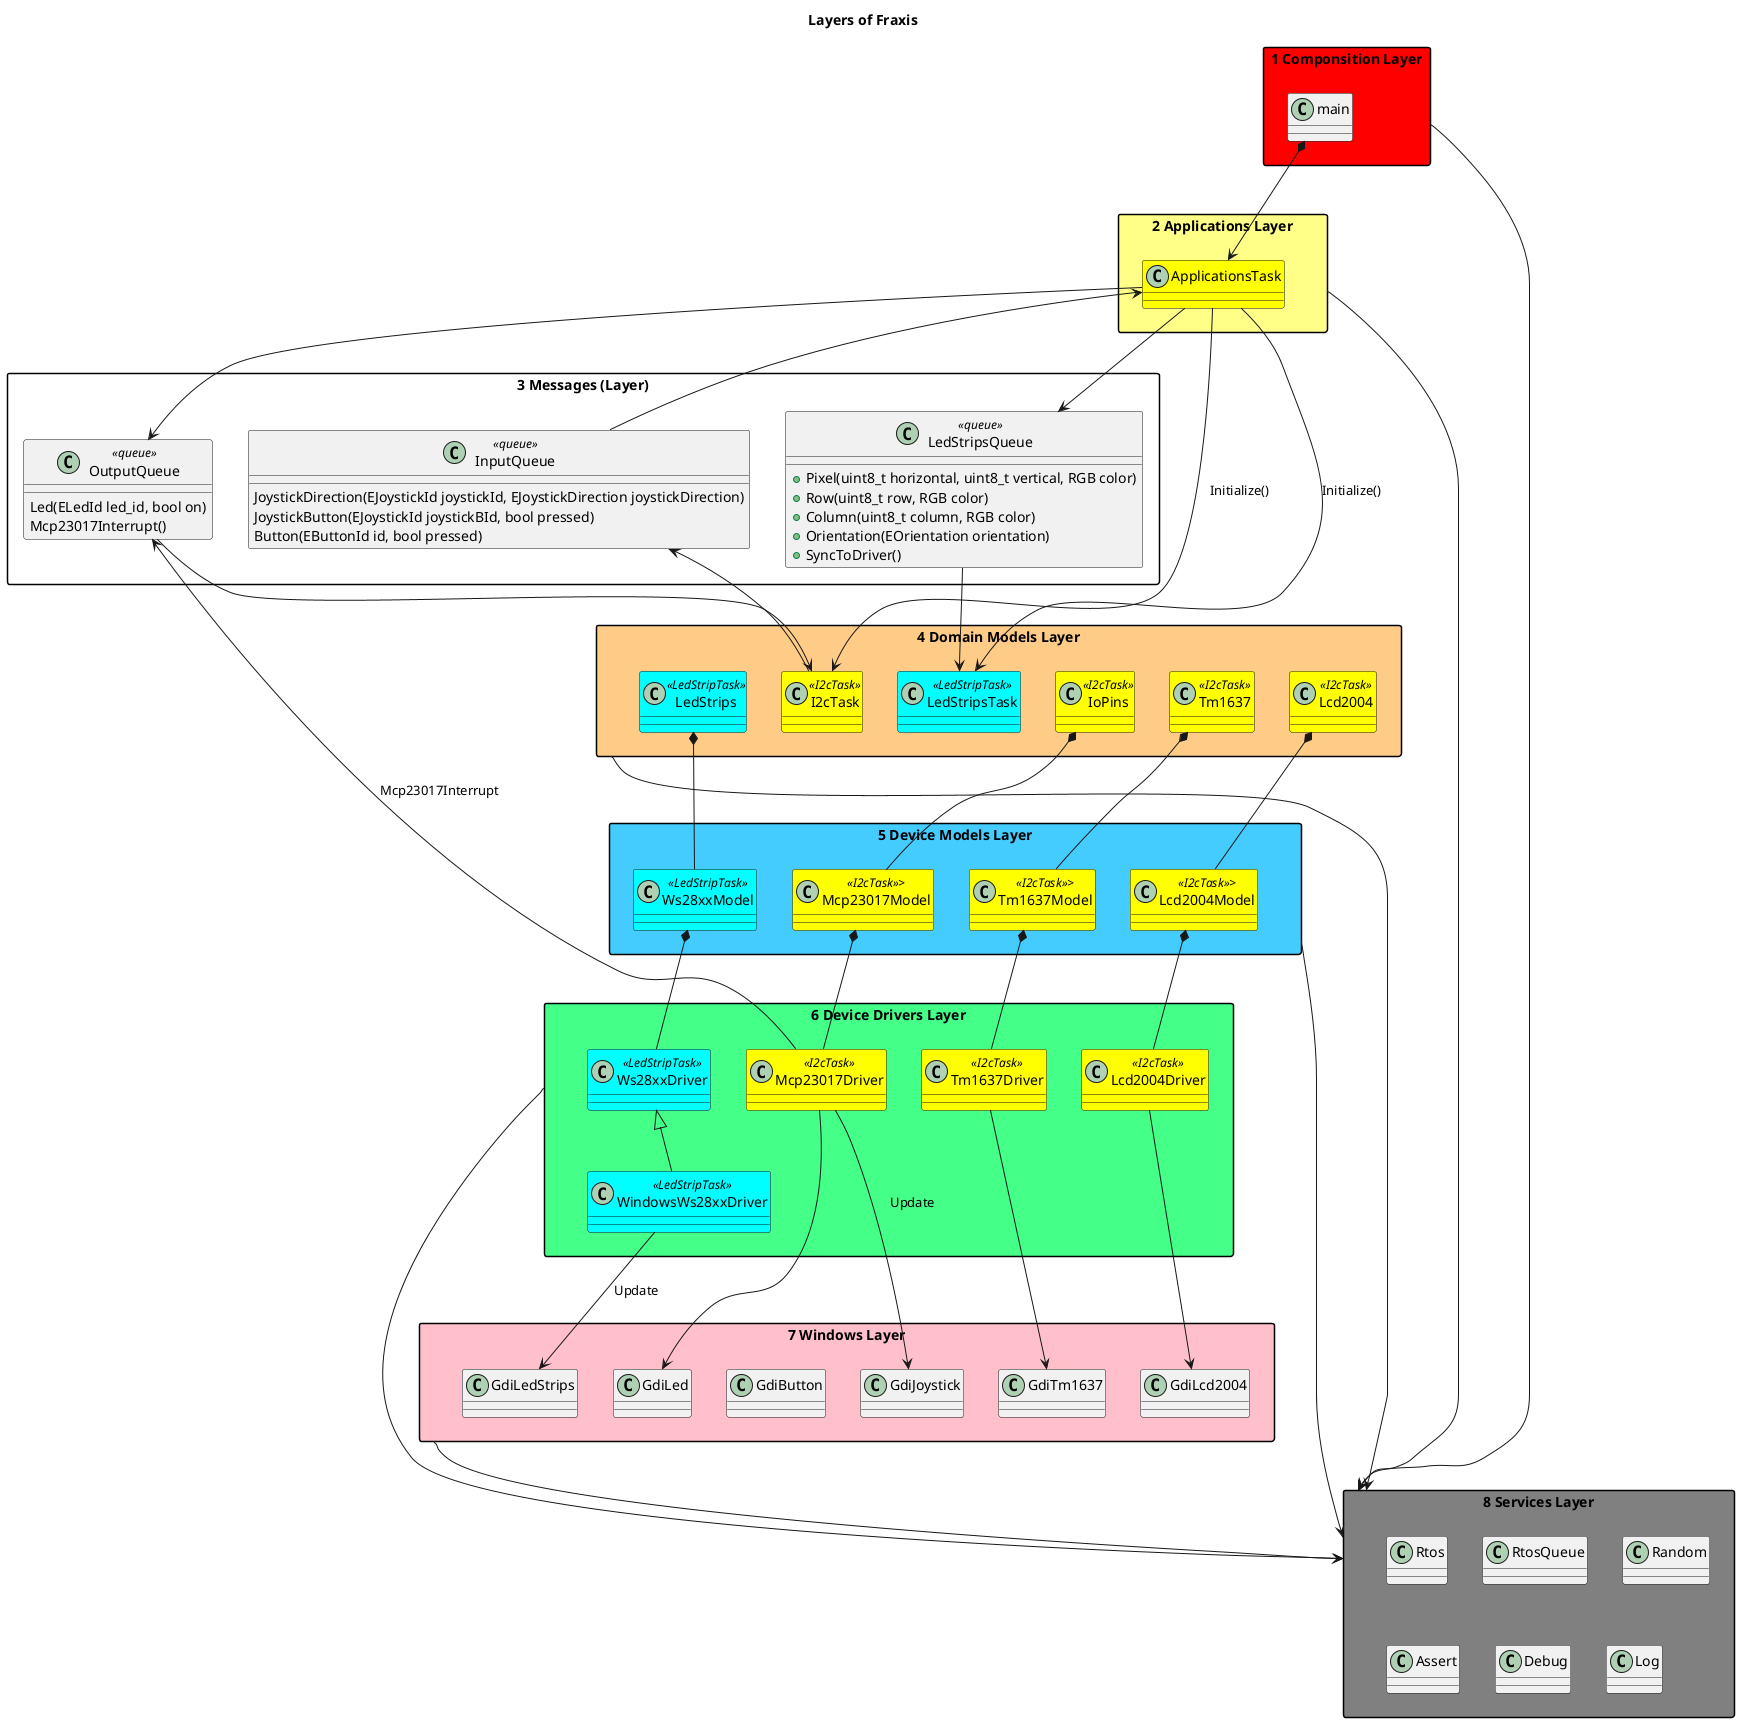
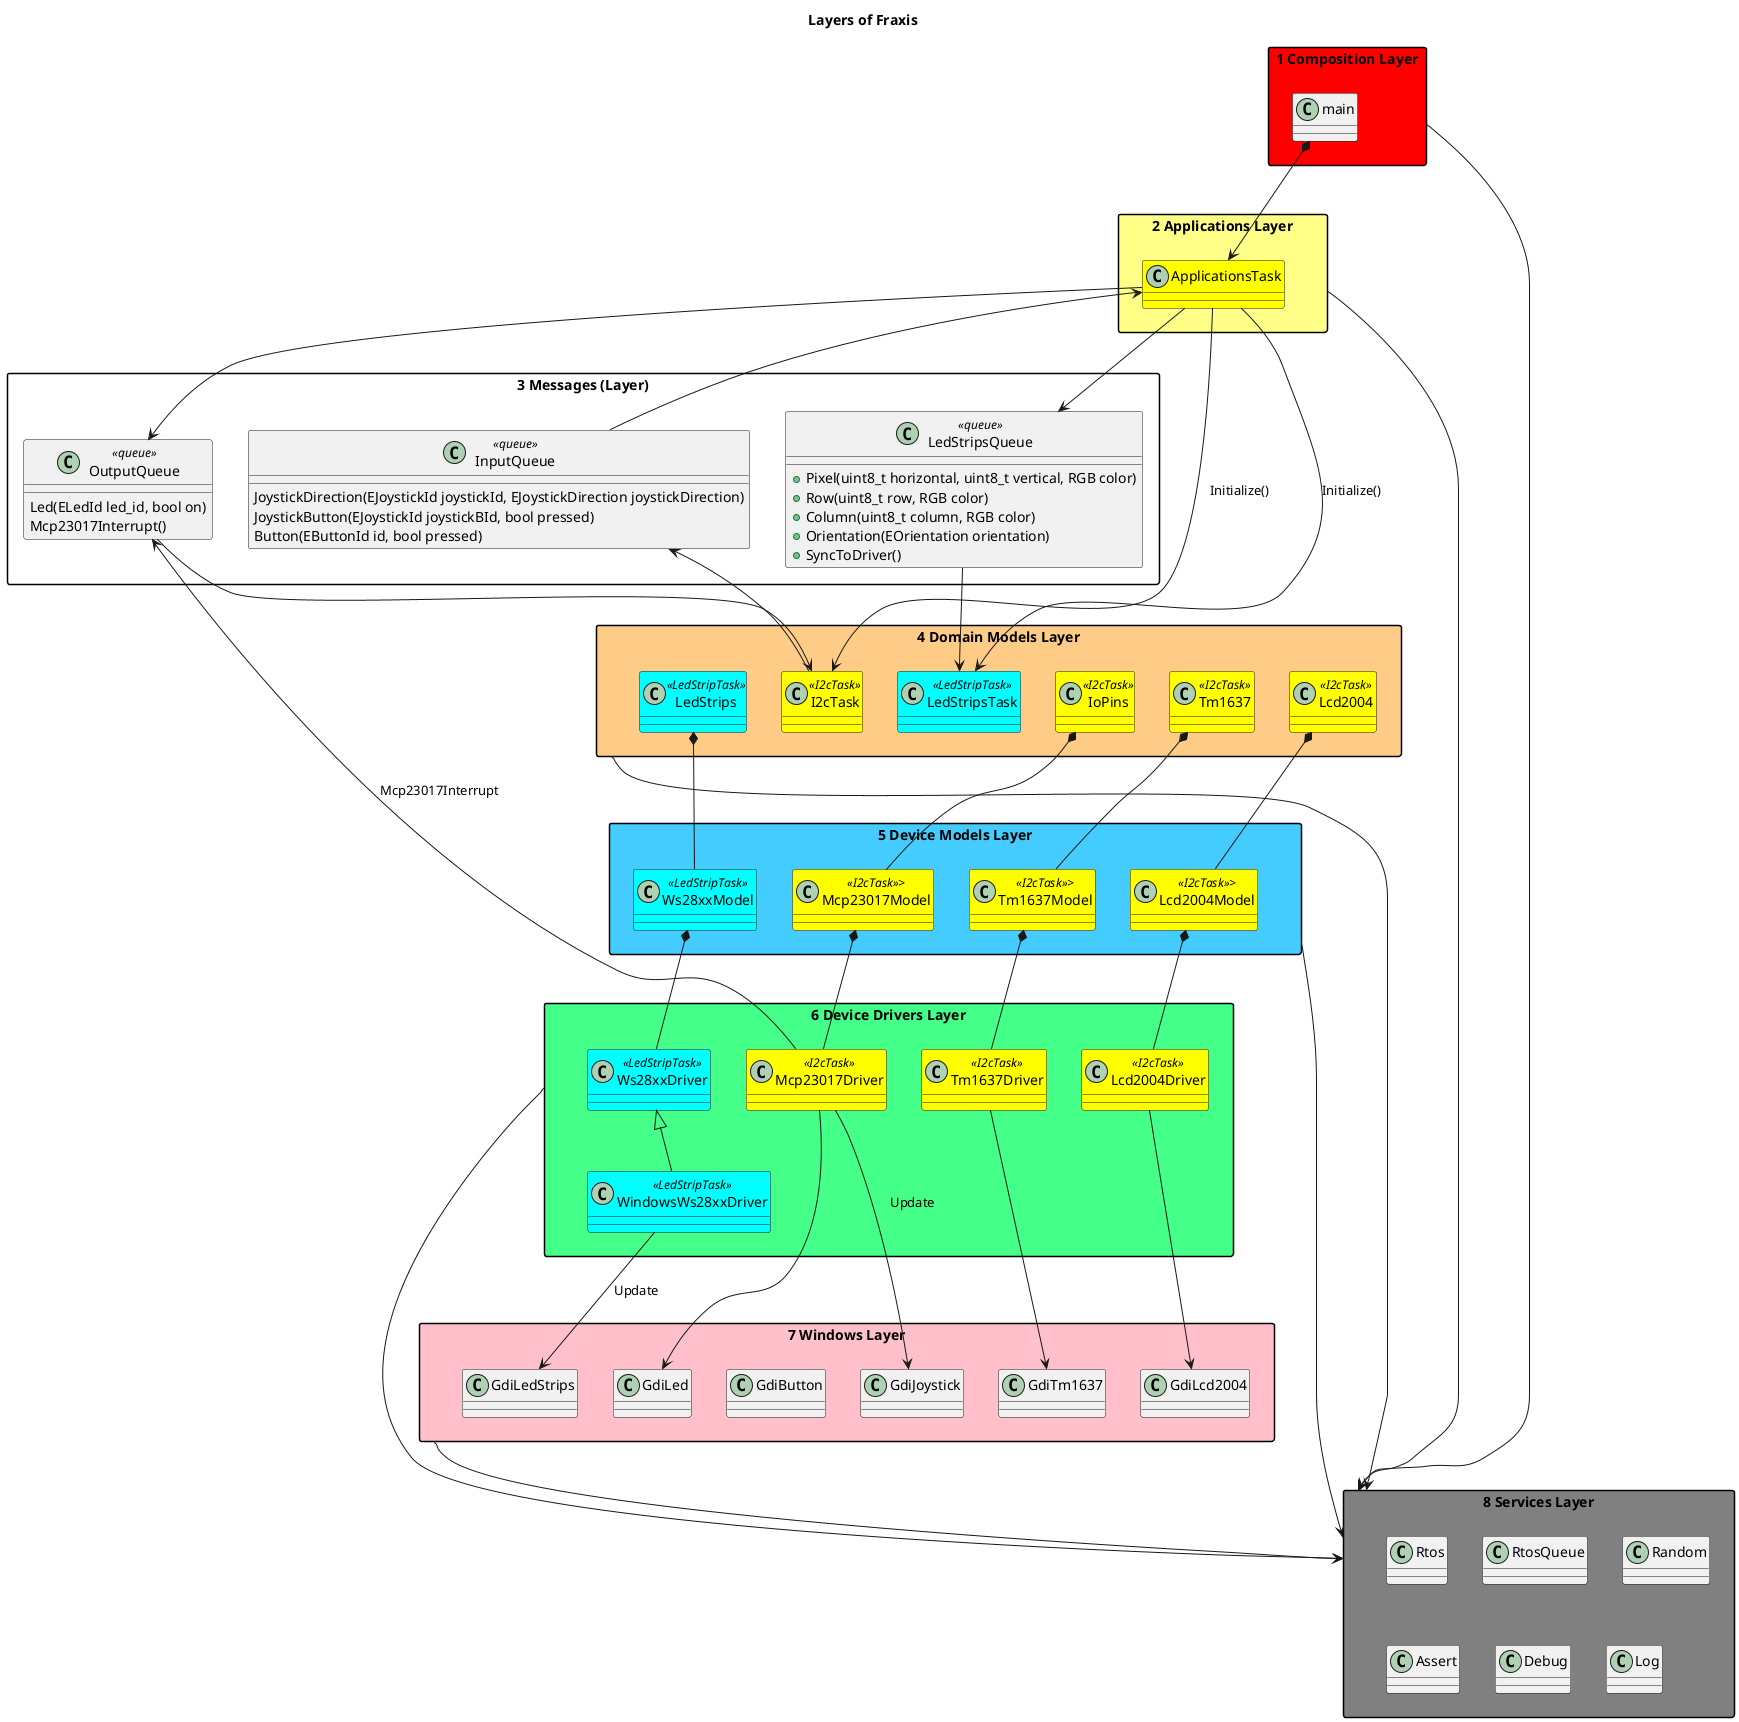
@startuml

title Layers of Fraxis

skinparam packageStyle rectangle
skinparam lineThickness 2

- package "1 Componsition Layer" as CompositionLayer #red
+ package "1 Composition Layer" as CompositionLayer #red
{
    class main {}
}

package "2 Applications Layer" as ApplicationsLayer #ff8
{
    class ApplicationsTask #yellow {}
}

main *-->ApplicationsTask

package "3 Messages (Layer)" as MessagesLayer #White
{
    class LedStripsQueue <<queue>>
    {
        + Pixel(uint8_t horizontal, uint8_t vertical, RGB color)
        + Row(uint8_t row, RGB color)
        + Column(uint8_t column, RGB color)
        + Orientation(EOrientation orientation)
        + SyncToDriver()
    }

    class OutputQueue <<queue>>
    {
        Led(ELedId led_id, bool on)
        Mcp23017Interrupt()
    }

    class InputQueue <<queue>>
    {
        JoystickDirection(EJoystickId joystickId, EJoystickDirection joystickDirection)
        JoystickButton(EJoystickId joystickBId, bool pressed)
        Button(EButtonId id, bool pressed)
    }
}

package "4 Domain Models Layer" as DomainModelsLayer #fc8
{
    class I2cTask <<I2cTask>> #yellow
    class IoPins <<I2cTask>> #yellow
    class Lcd2004 <<I2cTask>> #yellow
    class Tm1637 <<I2cTask>> #yellow
    class LedStripsTask <<LedStripTask>> #cyan
    class LedStrips <<LedStripTask>> #cyan
}

ApplicationsTask --> I2cTask: Initialize()
ApplicationsTask --> LedStripsTask: Initialize()

ApplicationsTask --> LedStripsQueue
ApplicationsTask --> OutputQueue
InputQueue       --> ApplicationsTask
InputQueue -d[hidden]- DomainModelsLayer

OutputQueue     --> I2cTask
LedStripsQueue  --> LedStripsTask
I2cTask         --> InputQueue

package "5 Device Models Layer" as DeviceModelsLayer #4cf
{
    class Ws28xxModel <<LedStripTask>> #cyan
    class Mcp23017Model <<I2cTask>>> #yellow
    class Tm1637Model <<I2cTask>>> #yellow
    class Lcd2004Model <<I2cTask>>> #yellow

    LedStrips *-- Ws28xxModel
    IoPins *- Mcp23017Model
    Tm1637 *- Tm1637Model
    Lcd2004 *- Lcd2004Model
}

package "6 Device Drivers Layer" as DeviceDriversLayer #4f8
{
    class Ws28xxDriver <<LedStripTask>> #cyan
    class WindowsWs28xxDriver <<LedStripTask>> #cyan
    WindowsWs28xxDriver -u-|> Ws28xxDriver
    class Mcp23017Driver <<I2cTask>> #yellow
    class Tm1637Driver <<I2cTask>> #yellow
    class Lcd2004Driver <<I2cTask>> #yellow
}

Ws28xxModel    *-- Ws28xxDriver
Mcp23017Model  *-- Mcp23017Driver
Mcp23017Driver  -u-> OutputQueue : Mcp23017Interrupt
Tm1637Model    *-- Tm1637Driver
Lcd2004Model   *-- Lcd2004Driver

package "7 Windows Layer" as WindowsLayer #pink
{
    class GdiLedStrips
    class GdiJoystick
    class GdiLed
    class GdiButton
    class GdiTm1637
    class GdiLcd2004
}

WindowsWs28xxDriver -->  GdiLedStrips : Update
Mcp23017Driver --> GdiJoystick : Update
Mcp23017Driver -> GdiLed
Tm1637Driver --> GdiTm1637
Lcd2004Driver --> GdiLcd2004

package "8 Services Layer" as ServicesLayer #grey
{
    class Rtos {}
    class RtosQueue {}
    class Random {}
    class Assert {}
    class Debug {}
    class Log {}
}

CompositionLayer --> ServicesLayer
ApplicationsLayer --> ServicesLayer
DomainModelsLayer --> ServicesLayer
DeviceModelsLayer --> ServicesLayer
DeviceDriversLayer --> ServicesLayer
WindowsLayer --> ServicesLayer

@enduml
